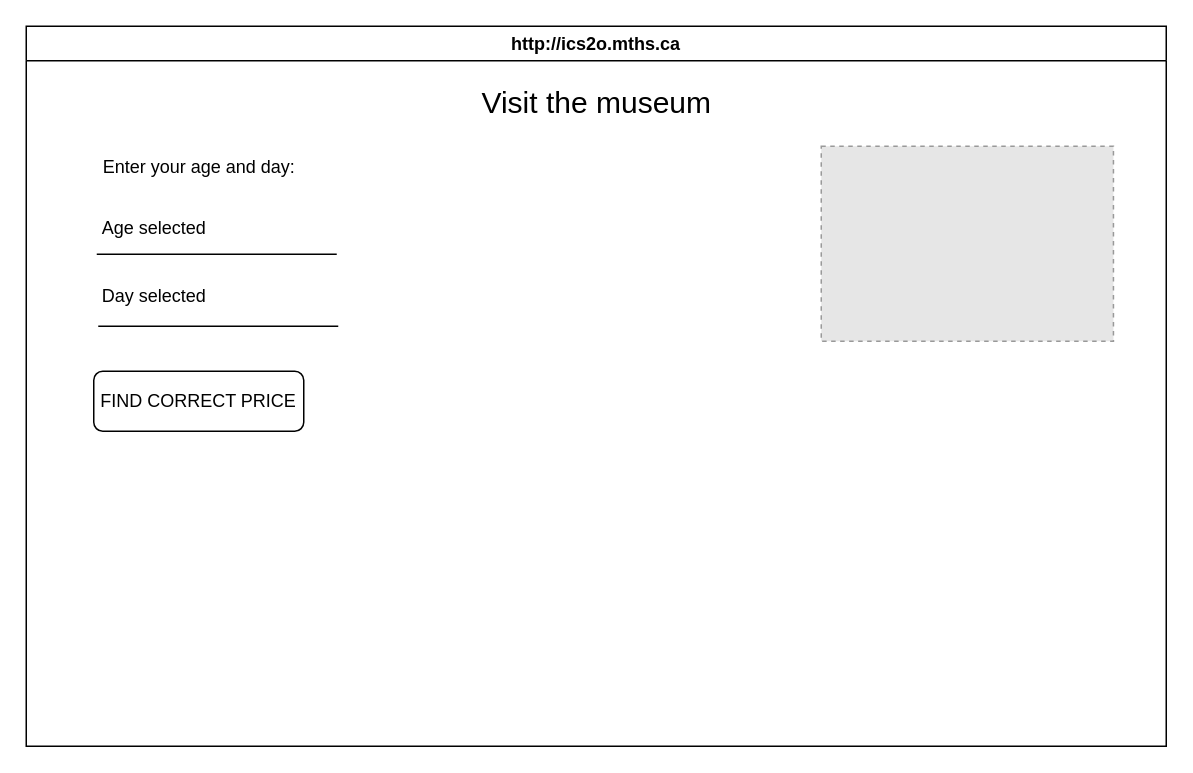
Earlier version of the draw.io diagram design/storyboard.drawio (manya-feng/ICD2O-Unit-6-01-manya-feng). Source tidied: cells renumbered, new cells numbered last; positions are measured from the earlier drawing's top-left corner, leaving out a move shared by most shapes. Both pictures are drawn from the tidied source at 150%, with x=0, y=0 at pixel (26, 26). Pictures stored in the file or linked from it are replaced by grey dashed boxes.
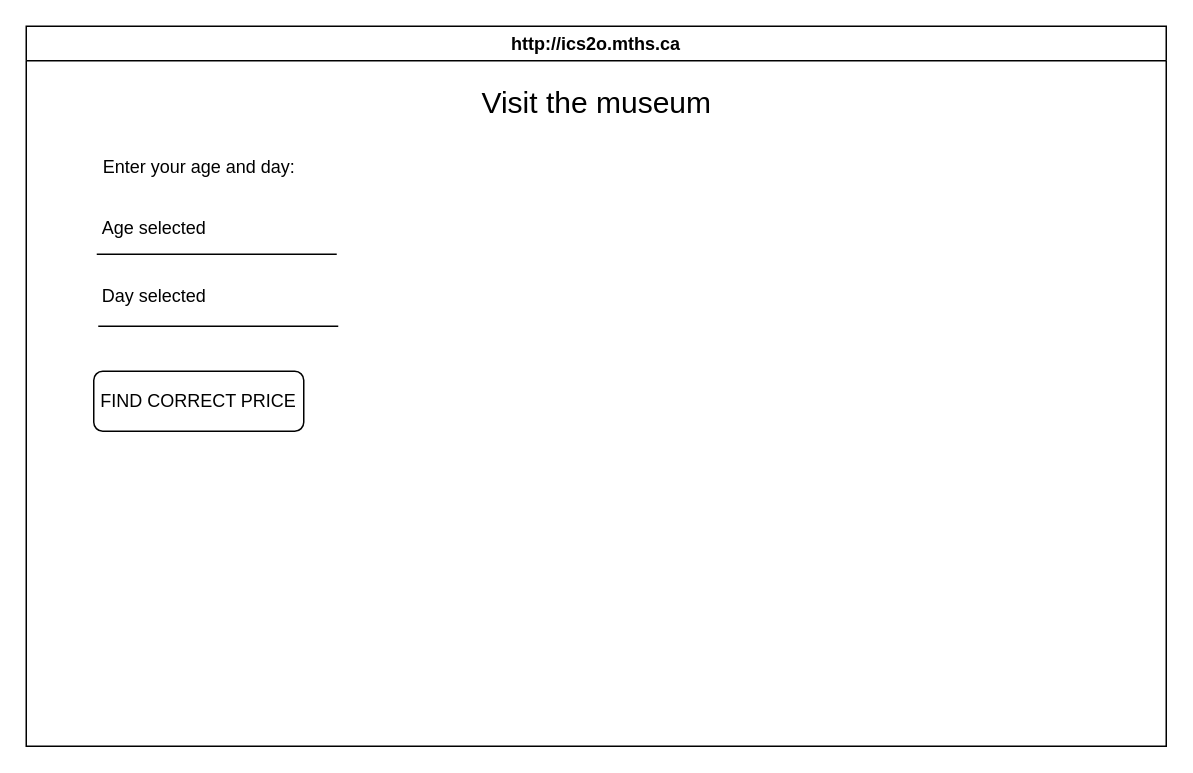
After the change.

Change to the diagram source:
```diff
@@
 <mxGraphModel>
   <root>
     <mxCell id="0" />
     <mxCell id="1" parent="0" />
     <mxCell id="2" value="http://ics2o.mths.ca" style="swimlane;whiteSpace=wrap;html=1;" parent="1" vertex="1">
       <mxGeometry width="760" height="480" as="geometry" />
     </mxCell>
     <mxCell id="3" value="&lt;font style=&quot;font-size: 20px;&quot;&gt;Visit the museum&lt;/font&gt;" style="text;html=1;align=center;verticalAlign=middle;strokeColor=none;fillColor=none;" parent="2" vertex="1">
       <mxGeometry x="290" y="30" width="180" height="40" as="geometry" />
     </mxCell>
     <mxCell id="4" value="&lt;font style=&quot;font-size: 12px;&quot;&gt;Enter your age and day:&lt;/font&gt;" style="text;html=1;align=center;verticalAlign=middle;strokeColor=none;fillColor=none;fontSize=20;" parent="2" vertex="1">
       <mxGeometry x="40" y="70" width="150" height="40" as="geometry" />
     </mxCell>
     <mxCell id="5" value="Age selected" style="text;html=1;align=center;verticalAlign=middle;strokeColor=none;fillColor=none;fontSize=12;" parent="2" vertex="1">
       <mxGeometry x="40" y="120" width="90" height="30" as="geometry" />
     </mxCell>
     <mxCell id="6" value="Day selected" style="text;html=1;align=center;verticalAlign=middle;strokeColor=none;fillColor=none;fontSize=12;" parent="2" vertex="1">
       <mxGeometry x="40" y="165" width="90" height="30" as="geometry" />
     </mxCell>
     <mxCell id="7" value="FIND CORRECT PRICE" style="rounded=1;whiteSpace=wrap;html=1;fontSize=12;" parent="2" vertex="1">
       <mxGeometry x="45" y="230" width="140" height="40" as="geometry" />
     </mxCell>
-    <mxCell id="8" style="fillColor=#E6E6E6;strokeColor=#999999;dashed=1;verticalLabelPosition=bottom;labelBackgroundColor=default;verticalAlign=top;" parent="2" vertex="1">
-      <mxGeometry x="530" y="80" width="194.8" height="130" as="geometry" />
-    </mxCell>
     <mxCell id="9" style="endArrow=none;html=1;fontSize=12;" parent="1" edge="1">
       <mxGeometry relative="1" as="geometry">
         <mxPoint x="47" y="152" as="sourcePoint" />
         <mxPoint x="207" y="152" as="targetPoint" />
       </mxGeometry>
     </mxCell>
     <mxCell id="10" style="endArrow=none;html=1;fontSize=12;" parent="1" edge="1">
       <mxGeometry relative="1" as="geometry">
         <mxPoint x="48" y="200" as="sourcePoint" />
         <mxPoint x="208" y="200" as="targetPoint" />
       </mxGeometry>
     </mxCell>
   </root>
 </mxGraphModel>
```
